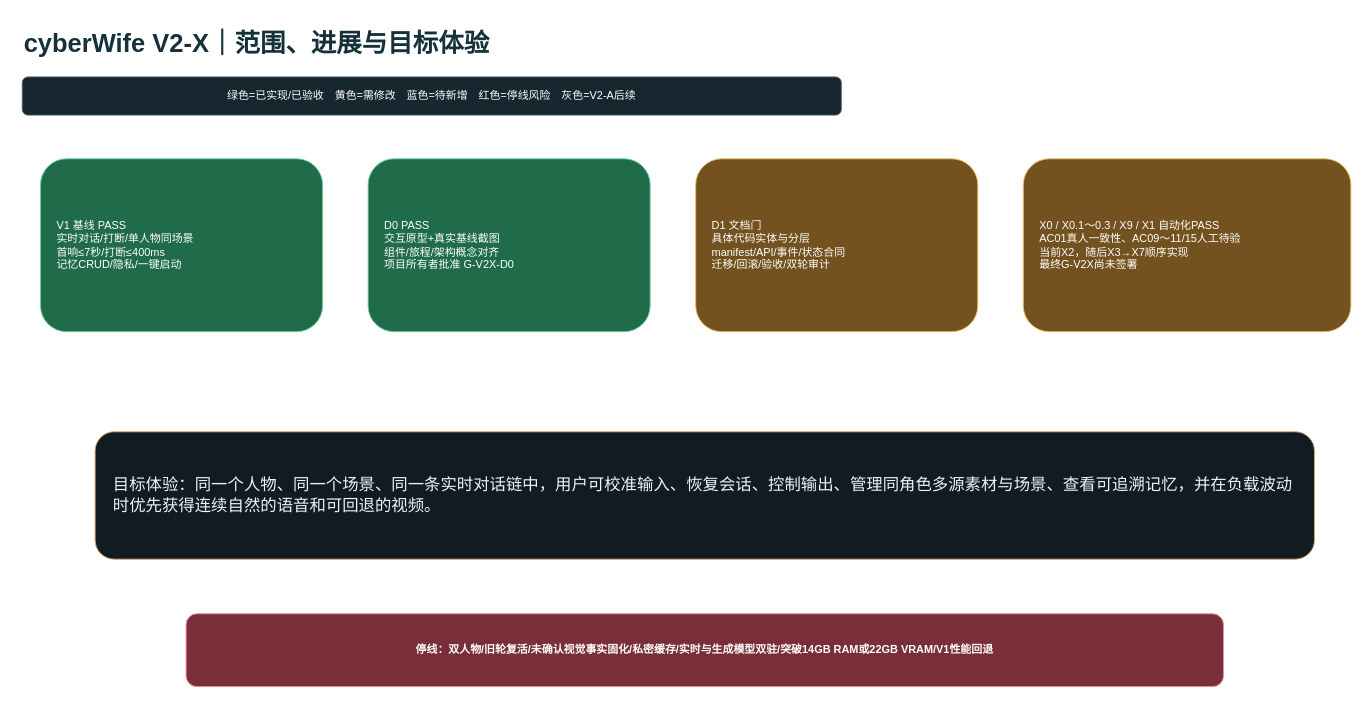
This is page "01-范围进展与目标体验" (1 of 8) of docs/architecture/v2-x-gap.drawio from ljx418/cyberWife, a draw.io file, before an edit. Source tidied: cells renumbered, new cells numbered last; positions are measured from the earlier drawing's top-left corner, leaving out a move shared by most shapes. Both pictures are drawn from the tidied source at 91%, with x=0, y=0 at pixel (22, 22).
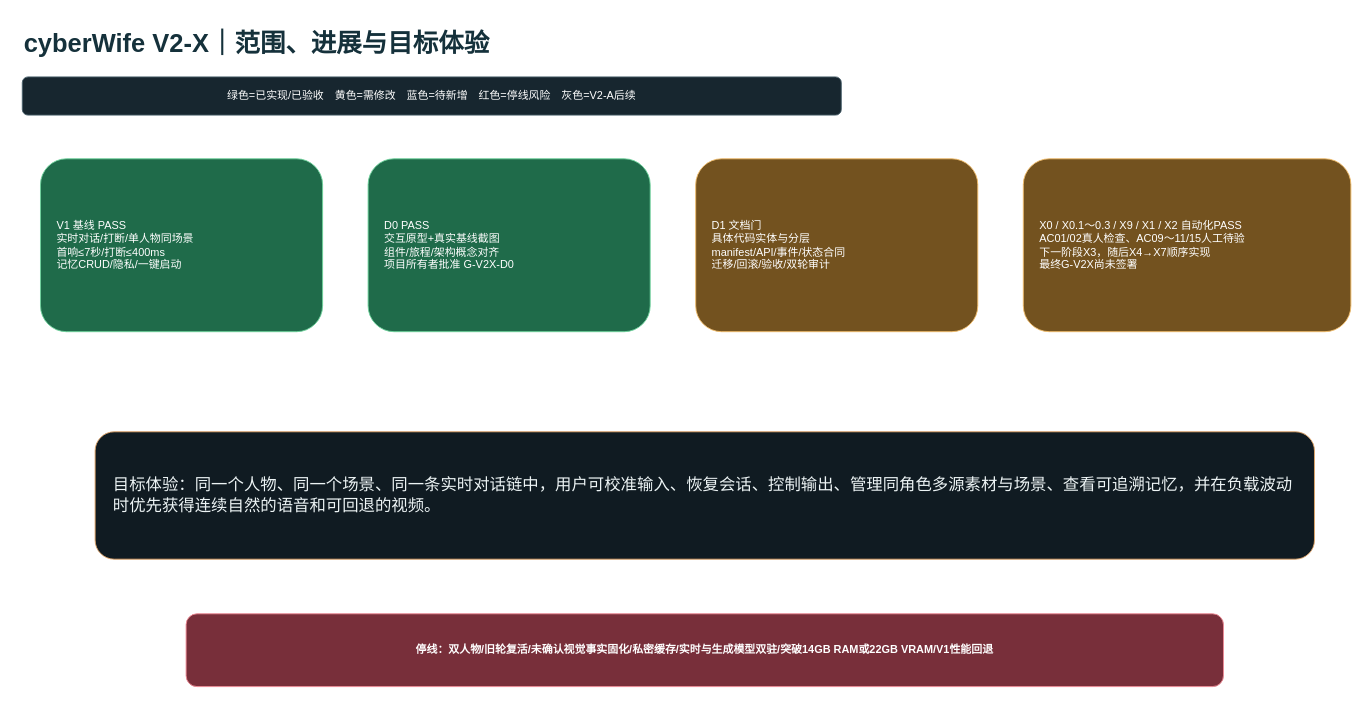
After the change.

Change to the diagram source:
```diff
@@
 <mxGraphModel>
   <root>
     <mxCell id="0" />
     <mxCell id="1" parent="0" />
     <mxCell id="2" value="cyberWife V2-X｜范围、进展与目标体验" style="text;html=1;fontSize=28;fontStyle=1;fontColor=#15313B;" parent="1" vertex="1">
       <mxGeometry width="1200" height="50" as="geometry" />
     </mxCell>
     <mxCell id="3" value="绿色=已实现/已验收　黄色=需修改　蓝色=待新增　红色=停线风险　灰色=V2-A后续" style="rounded=1;whiteSpace=wrap;html=1;fillColor=#17262F;strokeColor=#49606C;fontColor=#FFFFFF;" parent="1" vertex="1">
       <mxGeometry y="60" width="900" height="42" as="geometry" />
     </mxCell>
     <mxCell id="4" value="V1 基线 PASS&#10;实时对话/打断/单人物同场景&#10;首响≤7秒/打断≤400ms&#10;记忆CRUD/隐私/一键启动" style="rounded=1;whiteSpace=wrap;html=1;fillColor=#1F6B4A;strokeColor=#6ED39C;fontColor=#FFFFFF;align=left;spacing=18;" parent="1" vertex="1">
       <mxGeometry x="20" y="150" width="310" height="190" as="geometry" />
     </mxCell>
     <mxCell id="5" value="D0 PASS&#10;交互原型+真实基线截图&#10;组件/旅程/架构概念对齐&#10;项目所有者批准 G-V2X-D0" style="rounded=1;whiteSpace=wrap;html=1;fillColor=#1F6B4A;strokeColor=#6ED39C;fontColor=#FFFFFF;align=left;spacing=18;" parent="1" vertex="1">
       <mxGeometry x="380" y="150" width="310" height="190" as="geometry" />
     </mxCell>
     <mxCell id="6" value="D1 文档门&#10;具体代码实体与分层&#10;manifest/API/事件/状态合同&#10;迁移/回滚/验收/双轮审计" style="rounded=1;whiteSpace=wrap;html=1;fillColor=#73521F;strokeColor=#F2BD6B;fontColor=#FFFFFF;align=left;spacing=18;" parent="1" vertex="1">
       <mxGeometry x="740" y="150" width="310" height="190" as="geometry" />
     </mxCell>
-    <mxCell id="7" value="X0 / X0.1～0.3 / X9 / X1 自动化PASS&#10;AC01真人一致性、AC09～11/15人工待验&#10;当前X2，随后X3→X7顺序实现&#10;最终G-V2X尚未签署" style="rounded=1;whiteSpace=wrap;html=1;fillColor=#73521F;strokeColor=#F2BD6B;fontColor=#FFFFFF;align=left;spacing=18;" parent="1" vertex="1">
+    <mxCell id="7" value="X0 / X0.1～0.3 / X9 / X1 / X2 自动化PASS&#10;AC01/02真人检查、AC09～11/15人工待验&#10;下一阶段X3，随后X4→X7顺序实现&#10;最终G-V2X尚未签署" style="rounded=1;whiteSpace=wrap;html=1;fillColor=#73521F;strokeColor=#F2BD6B;fontColor=#FFFFFF;align=left;spacing=18;" parent="1" vertex="1">
       <mxGeometry x="1100" y="150" width="360" height="190" as="geometry" />
     </mxCell>
     <mxCell id="8" value="目标体验：同一个人物、同一个场景、同一条实时对话链中，用户可校准输入、恢复会话、控制输出、管理同角色多源素材与场景、查看可追溯记忆，并在负载波动时优先获得连续自然的语音和可回退的视频。" style="rounded=1;whiteSpace=wrap;html=1;fillColor=#101B22;strokeColor=#E4A668;fontColor=#EDF4F5;fontSize=18;align=left;spacing=20;" parent="1" vertex="1">
       <mxGeometry x="80" y="450" width="1340" height="140" as="geometry" />
     </mxCell>
     <mxCell id="9" value="停线：双人物/旧轮复活/未确认视觉事实固化/私密缓存/实时与生成模型双驻/突破14GB RAM或22GB VRAM/V1性能回退" style="rounded=1;whiteSpace=wrap;html=1;fillColor=#782F3A;strokeColor=#F08A96;fontColor=#FFFFFF;fontStyle=1;" parent="1" vertex="1">
       <mxGeometry x="180" y="650" width="1140" height="80" as="geometry" />
     </mxCell>
     <mxCell id="10" style="edgeStyle=orthogonalEdgeStyle;strokeColor=#8AA0A9;endArrow=block;" parent="1" edge="1" source="4" target="5" />
     <mxCell id="11" style="edgeStyle=orthogonalEdgeStyle;strokeColor=#8AA0A9;endArrow=block;" parent="1" edge="1" source="5" target="6" />
     <mxCell id="12" style="edgeStyle=orthogonalEdgeStyle;strokeColor=#8AA0A9;endArrow=block;" parent="1" edge="1" source="6" target="7" />
   </root>
 </mxGraphModel>
```
